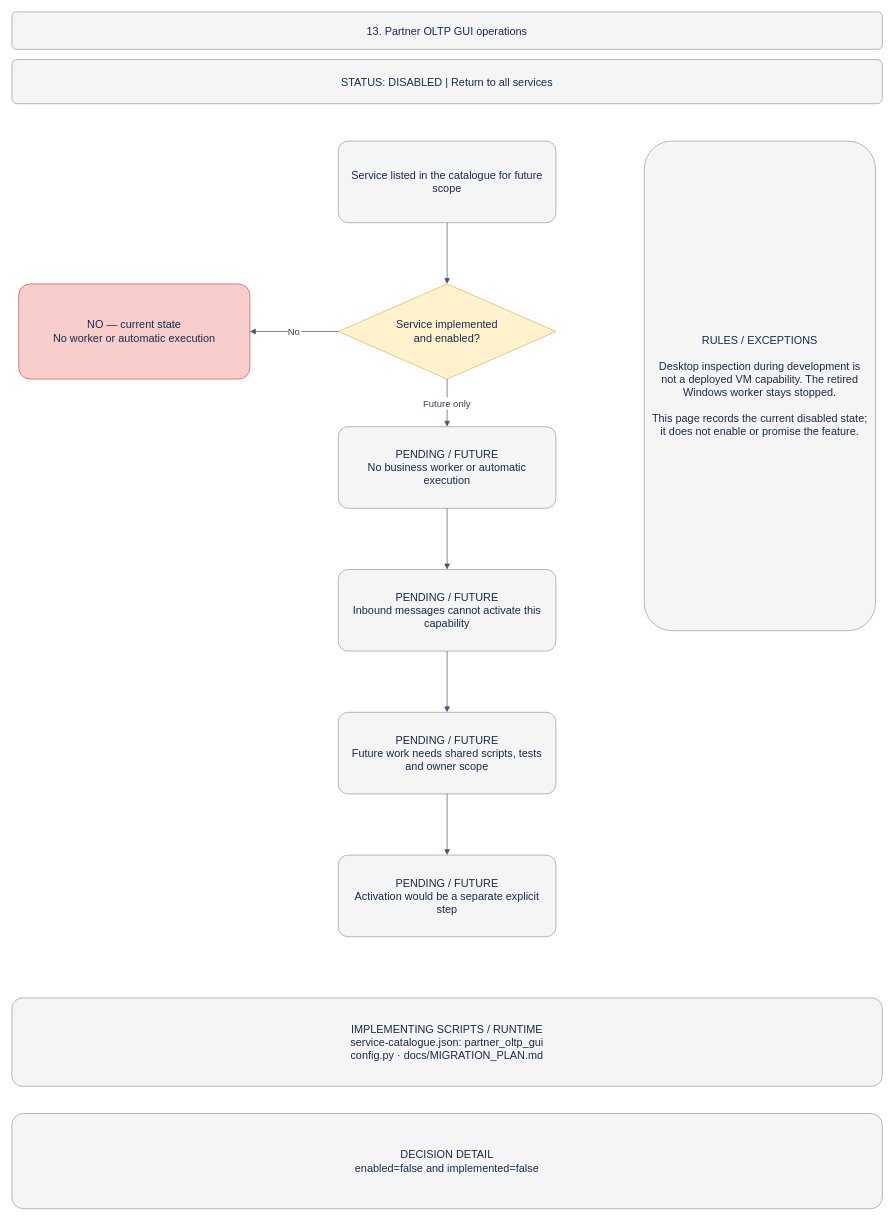
welct0407/MW-Credit-App keeps this draw.io diagram as page "13 · Partner OLTP GUI operations" (13 of 18) of integration-agent/docs/BUSINESS_PROCESS.drawio. Above is the earlier version. Source tidied: cells renumbered, new cells numbered last; positions are measured from the earlier drawing's top-left corner, leaving out a move shared by most shapes. Both pictures are drawn from the tidied source at 68%, with x=0, y=0 at pixel (12, 12).
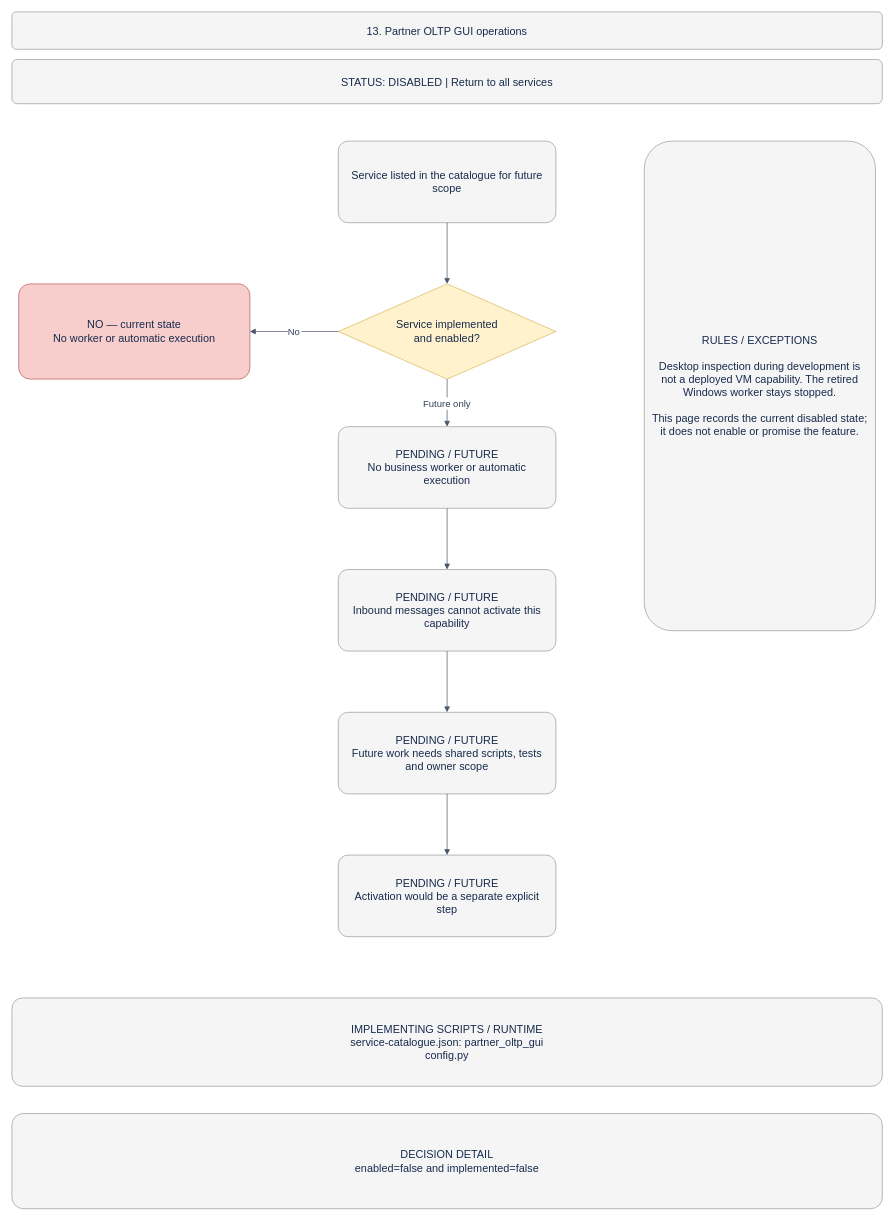
The same diagram, later.

Change to the diagram source:
```diff
@@
 <mxGraphModel>
   <root>
     <mxCell id="0" />
     <mxCell id="1" parent="0" />
     <mxCell id="2" value="13. Partner OLTP GUI operations" style="rounded=1;arcSize=12;whiteSpace=wrap;html=0;fillColor=#f5f5f5;strokeColor=#999999;fontColor=#172b4d;fontSize=16;align=center;verticalAlign=middle;spacing=12;" parent="1" vertex="1">
       <mxGeometry width="1280" height="55" as="geometry" />
     </mxCell>
     <mxCell id="3" value="STATUS: DISABLED  |  Return to all services" style="rounded=1;arcSize=12;whiteSpace=wrap;html=0;fillColor=#f5f5f5;strokeColor=#999999;fontColor=#172b4d;fontSize=16;align=center;verticalAlign=middle;spacing=12;" parent="1" vertex="1">
       <mxGeometry y="70" width="1280" height="65" as="geometry" />
     </mxCell>
     <mxCell id="4" value="Service listed in the catalogue for future scope" style="rounded=1;arcSize=12;whiteSpace=wrap;html=0;fillColor=#f5f5f5;strokeColor=#999999;fontColor=#172b4d;fontSize=16;align=center;verticalAlign=middle;spacing=12;" parent="1" vertex="1">
       <mxGeometry x="480" y="190" width="320" height="120" as="geometry" />
     </mxCell>
     <mxCell id="5" value="Service implemented&#10;and enabled?" style="rhombus;whiteSpace=wrap;html=0;fillColor=#fff2cc;strokeColor=#d6b656;fontColor=#172b4d;fontSize=16;align=center;verticalAlign=middle;spacing=12;" parent="1" vertex="1">
       <mxGeometry x="480" y="400" width="320" height="140" as="geometry" />
     </mxCell>
     <mxCell id="6" style="edgeStyle=orthogonalEdgeStyle;rounded=0;jettySize=auto;html=0;endArrow=block;endFill=1;strokeColor=#475569;fontColor=#334155;fontSize=14;labelBackgroundColor=#ffffff;" parent="1" edge="1" source="4" target="5">
       <mxGeometry relative="1" as="geometry" />
     </mxCell>
     <mxCell id="7" value="PENDING / FUTURE&#10;No business worker or automatic execution" style="rounded=1;arcSize=12;whiteSpace=wrap;html=0;fillColor=#f5f5f5;strokeColor=#999999;fontColor=#172b4d;fontSize=16;align=center;verticalAlign=middle;spacing=12;" parent="1" vertex="1">
       <mxGeometry x="480" y="610" width="320" height="120" as="geometry" />
     </mxCell>
     <mxCell id="8" value="Future only" style="edgeStyle=orthogonalEdgeStyle;rounded=0;jettySize=auto;html=0;endArrow=block;endFill=1;strokeColor=#475569;fontColor=#334155;fontSize=14;labelBackgroundColor=#ffffff;" parent="1" edge="1" source="5" target="7">
       <mxGeometry relative="1" as="geometry" />
     </mxCell>
     <mxCell id="9" value="PENDING / FUTURE&#10;Inbound messages cannot activate this capability" style="rounded=1;arcSize=12;whiteSpace=wrap;html=0;fillColor=#f5f5f5;strokeColor=#999999;fontColor=#172b4d;fontSize=16;align=center;verticalAlign=middle;spacing=12;" parent="1" vertex="1">
       <mxGeometry x="480" y="820" width="320" height="120" as="geometry" />
     </mxCell>
     <mxCell id="10" style="edgeStyle=orthogonalEdgeStyle;rounded=0;jettySize=auto;html=0;endArrow=block;endFill=1;strokeColor=#475569;fontColor=#334155;fontSize=14;labelBackgroundColor=#ffffff;" parent="1" edge="1" source="7" target="9">
       <mxGeometry relative="1" as="geometry" />
     </mxCell>
     <mxCell id="11" value="PENDING / FUTURE&#10;Future work needs shared scripts, tests and owner scope" style="rounded=1;arcSize=12;whiteSpace=wrap;html=0;fillColor=#f5f5f5;strokeColor=#999999;fontColor=#172b4d;fontSize=16;align=center;verticalAlign=middle;spacing=12;" parent="1" vertex="1">
       <mxGeometry x="480" y="1030" width="320" height="120" as="geometry" />
     </mxCell>
     <mxCell id="12" style="edgeStyle=orthogonalEdgeStyle;rounded=0;jettySize=auto;html=0;endArrow=block;endFill=1;strokeColor=#475569;fontColor=#334155;fontSize=14;labelBackgroundColor=#ffffff;" parent="1" edge="1" source="9" target="11">
       <mxGeometry relative="1" as="geometry" />
     </mxCell>
     <mxCell id="13" value="PENDING / FUTURE&#10;Activation would be a separate explicit step" style="rounded=1;arcSize=12;whiteSpace=wrap;html=0;fillColor=#f5f5f5;strokeColor=#999999;fontColor=#172b4d;fontSize=16;align=center;verticalAlign=middle;spacing=12;" parent="1" vertex="1">
       <mxGeometry x="480" y="1240" width="320" height="120" as="geometry" />
     </mxCell>
     <mxCell id="14" style="edgeStyle=orthogonalEdgeStyle;rounded=0;jettySize=auto;html=0;endArrow=block;endFill=1;strokeColor=#475569;fontColor=#334155;fontSize=14;labelBackgroundColor=#ffffff;" parent="1" edge="1" source="11" target="13">
       <mxGeometry relative="1" as="geometry" />
     </mxCell>
     <mxCell id="15" value="NO — current state&#10;No worker or automatic execution" style="rounded=1;arcSize=12;whiteSpace=wrap;html=0;fillColor=#f8cecc;strokeColor=#b85450;fontColor=#172b4d;fontSize=16;align=center;verticalAlign=middle;spacing=12;" parent="1" vertex="1">
       <mxGeometry x="10" y="400" width="340" height="140" as="geometry" />
     </mxCell>
     <mxCell id="16" value="No" style="edgeStyle=orthogonalEdgeStyle;rounded=0;jettySize=auto;html=0;endArrow=block;endFill=1;strokeColor=#475569;fontColor=#334155;fontSize=14;labelBackgroundColor=#ffffff;" parent="1" edge="1" source="5" target="15">
       <mxGeometry relative="1" as="geometry" />
     </mxCell>
     <mxCell id="17" value="RULES / EXCEPTIONS&#10;&#10;Desktop inspection during development is not a deployed VM capability. The retired Windows worker stays stopped.&#10;&#10;This page records the current disabled state; it does not enable or promise the feature." style="rounded=1;arcSize=12;whiteSpace=wrap;html=0;fillColor=#f5f5f5;strokeColor=#999999;fontColor=#172b4d;fontSize=16;align=center;verticalAlign=middle;spacing=12;" parent="1" vertex="1">
       <mxGeometry x="930" y="190" width="340" height="720" as="geometry" />
     </mxCell>
-    <mxCell id="18" value="IMPLEMENTING SCRIPTS / RUNTIME&#10;service-catalogue.json: partner_oltp_gui&#10;config.py · docs/MIGRATION_PLAN.md" style="rounded=1;arcSize=12;whiteSpace=wrap;html=0;fillColor=#f5f5f5;strokeColor=#999999;fontColor=#172b4d;fontSize=16;align=center;verticalAlign=middle;spacing=12;" parent="1" vertex="1">
+    <mxCell id="18" value="IMPLEMENTING SCRIPTS / RUNTIME&#10;service-catalogue.json: partner_oltp_gui&#10;config.py" style="rounded=1;arcSize=12;whiteSpace=wrap;html=0;fillColor=#f5f5f5;strokeColor=#999999;fontColor=#172b4d;fontSize=16;align=center;verticalAlign=middle;spacing=12;" parent="1" vertex="1">
       <mxGeometry y="1450" width="1280" height="130" as="geometry" />
     </mxCell>
     <mxCell id="19" value="DECISION DETAIL&#10;enabled=false and implemented=false" style="rounded=1;arcSize=12;whiteSpace=wrap;html=0;fillColor=#f5f5f5;strokeColor=#999999;fontColor=#172b4d;fontSize=16;align=center;verticalAlign=middle;spacing=12;" parent="1" vertex="1">
       <mxGeometry y="1620" width="1280" height="140" as="geometry" />
     </mxCell>
   </root>
 </mxGraphModel>
```
